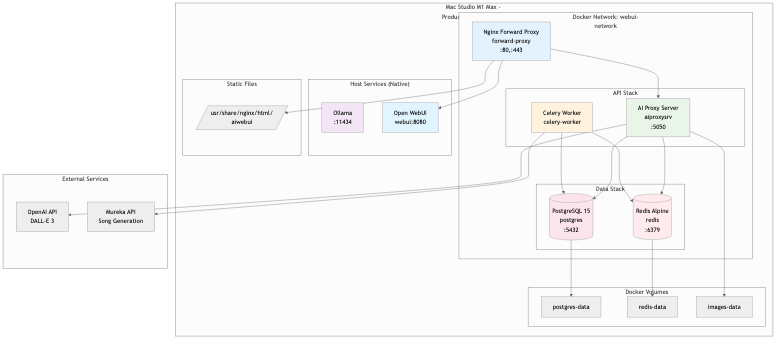
Above: docs/images/9.2_produktions_deployment.png in rwellinger/thwelly_ai_tools (Mermaid), before the change. Its source is kept beside it as docs/9.2_produktions_deployment.mmd. Its diagram source:
```mermaid
graph TB
    subgraph "Mac Studio M1 Max - Production (10.0.1.120)"
        subgraph "Docker Network: webui-network"
            NGINX[Nginx Forward Proxy<br/>forward-proxy<br/>:80,:443]

            subgraph "API Stack"
                API_CONTAINER[AI Proxy Server<br/>aiproxysrv<br/>:5050]
                WORKER_CONTAINER[Celery Worker<br/>celery-worker]
            end

            subgraph "Data Stack"
                PROD_PG[(PostgreSQL 15<br/>postgres<br/>:5432)]
                PROD_REDIS[(Redis Alpine<br/>redis<br/>:6379)]
            end
        end

        subgraph "Host Services (Native)"
            OLLAMA_HOST[Ollama<br/>:11434]
            WEBUI_HOST[Open WebUI<br/>webui:8080]
        end

        subgraph "Docker Volumes"
            PG_VOL[postgres-data]
            REDIS_VOL[redis-data]
            IMG_VOL[images-data]
        end

        subgraph "Static Files"
            STATIC[/usr/share/nginx/html/<br/>aiwebui/]
        end
    end

    subgraph "External Services"
        OPENAI_EXT[OpenAI API<br/>DALL-E 3]
        MUREKA_EXT[Mureka API<br/>Song Generation]
    end

    NGINX --> API_CONTAINER
    NGINX --> WEBUI_HOST
    NGINX --> STATIC

    API_CONTAINER --> PROD_PG
    API_CONTAINER --> PROD_REDIS
    API_CONTAINER --> OPENAI_EXT

    WORKER_CONTAINER --> PROD_REDIS
    WORKER_CONTAINER --> PROD_PG
    WORKER_CONTAINER --> MUREKA_EXT

    PROD_PG --> PG_VOL
    PROD_REDIS --> REDIS_VOL
    API_CONTAINER --> IMG_VOL

    style NGINX fill:#e3f2fd
    style API_CONTAINER fill:#e8f5e8
    style WORKER_CONTAINER fill:#fff3e0
    style PROD_PG fill:#fce4ec
    style PROD_REDIS fill:#ffebee
    style OLLAMA_HOST fill:#f3e5f5
    style WEBUI_HOST fill:#e1f5fe
```
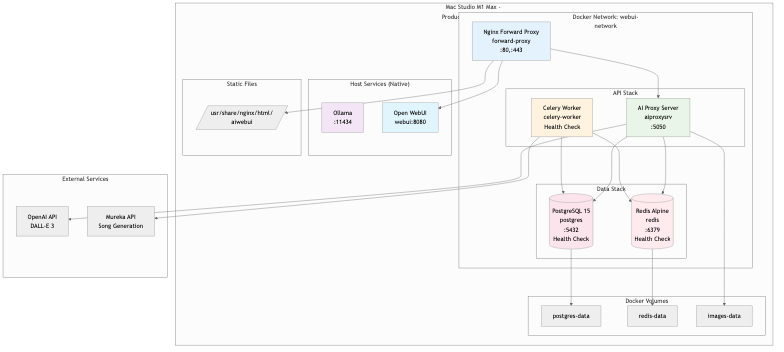
Above is the later version.

Diff of the diagram source:
```diff
@@ -5,12 +5,12 @@
 
             subgraph "API Stack"
                 API_CONTAINER[AI Proxy Server<br/>aiproxysrv<br/>:5050]
-                WORKER_CONTAINER[Celery Worker<br/>celery-worker]
+                WORKER_CONTAINER[Celery Worker<br/>celery-worker<br/>Health Check]
             end
 
             subgraph "Data Stack"
-                PROD_PG[(PostgreSQL 15<br/>postgres<br/>:5432)]
-                PROD_REDIS[(Redis Alpine<br/>redis<br/>:6379)]
+                PROD_PG[(PostgreSQL 15<br/>postgres<br/>:5432<br/>Health Check)]
+                PROD_REDIS[(Redis Alpine<br/>redis<br/>:6379<br/>Health Check)]
             end
         end
 
```
